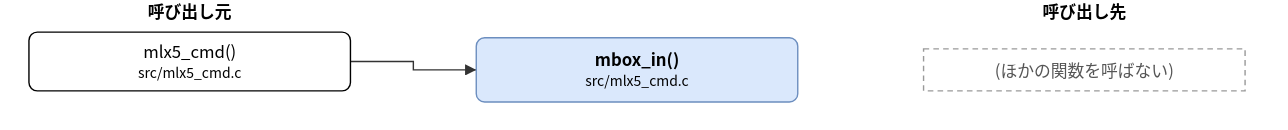
hf355051012-ai/bfmem keeps this draw.io diagram as doc/spec/images/call_src_mlx5_cmd-mbox_in.drawio.svg. Above is the earlier version. Source tidied: cells renumbered, new cells last; positions are measured from the earlier drawing's top-left corner, leaving out a move shared by most shapes.
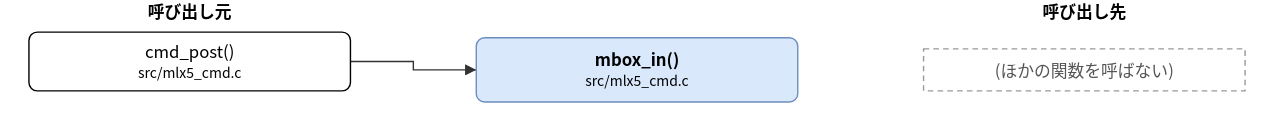
After the change.

The edit, as a diff of the source:
```diff
@@ -5,7 +5,7 @@
     <mxCell id="2" value="mbox_in()&lt;br&gt;&lt;font style=&quot;font-size:10px&quot;&gt;src/mlx5_cmd.c&lt;/font&gt;" style="rounded=1;whiteSpace=wrap;html=1;fillColor=#dae8fc;strokeColor=#6c8ebf;fontStyle=1;" parent="1" vertex="1">
       <mxGeometry x="320" y="27" width="230" height="46" as="geometry" />
     </mxCell>
-    <mxCell id="3" value="mlx5_cmd()&lt;br&gt;&lt;font style=&quot;font-size:10px&quot;&gt;src/mlx5_cmd.c&lt;/font&gt;" style="rounded=1;whiteSpace=wrap;html=1;" parent="1" vertex="1">
+    <mxCell id="3" value="cmd_post()&lt;br&gt;&lt;font style=&quot;font-size:10px&quot;&gt;src/mlx5_cmd.c&lt;/font&gt;" style="rounded=1;whiteSpace=wrap;html=1;" parent="1" vertex="1">
       <mxGeometry y="23" width="230" height="42" as="geometry" />
     </mxCell>
     <mxCell id="4" value="(ほかの関数を呼ばない)" style="rounded=0;whiteSpace=wrap;html=1;dashed=1;strokeColor=#999999;fontColor=#555555;dashed=1;" parent="1" vertex="1">
```
